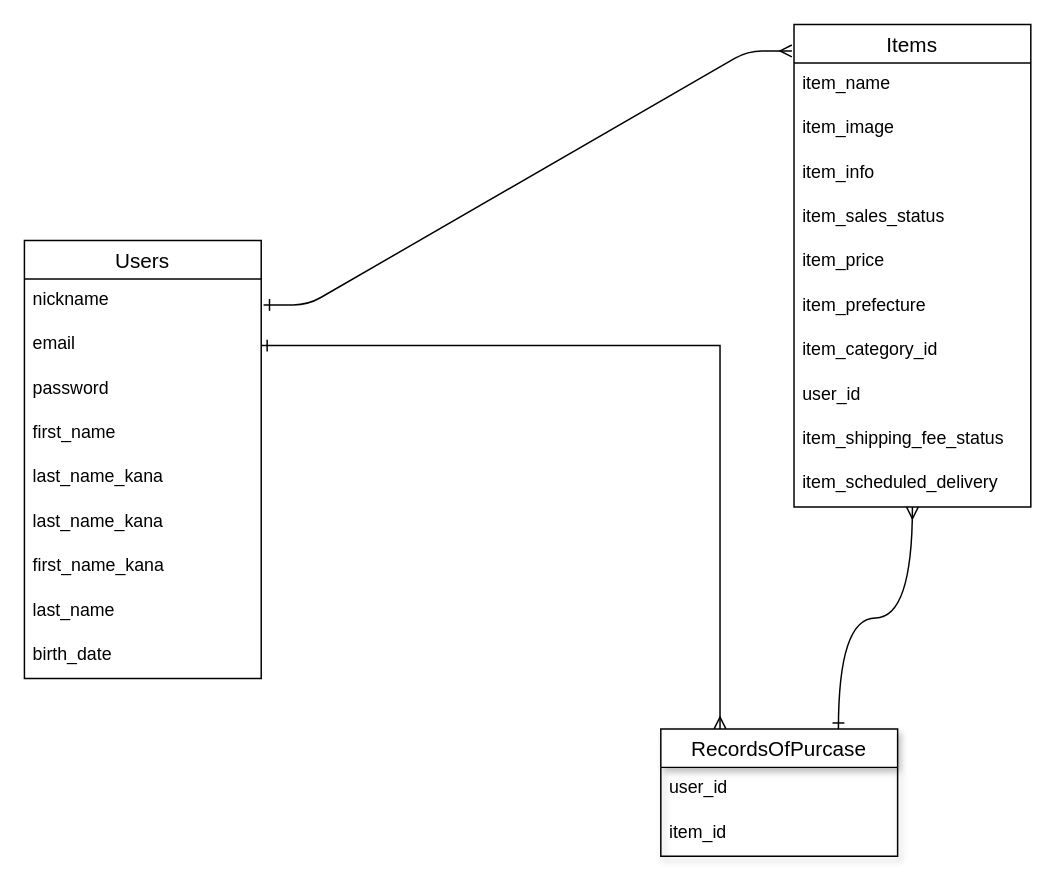
Takahashi-Risa/furima-35255 keeps this draw.io diagram as page "ページ1" (1 of 2) of entity.dio. Above is the earlier version. Source tidied: cells renumbered, new cells numbered last; positions are measured from the earlier drawing's top-left corner, leaving out a move shared by most shapes. Both pictures are drawn from the tidied source at 148%, with x=0, y=0 at pixel (24, 24).
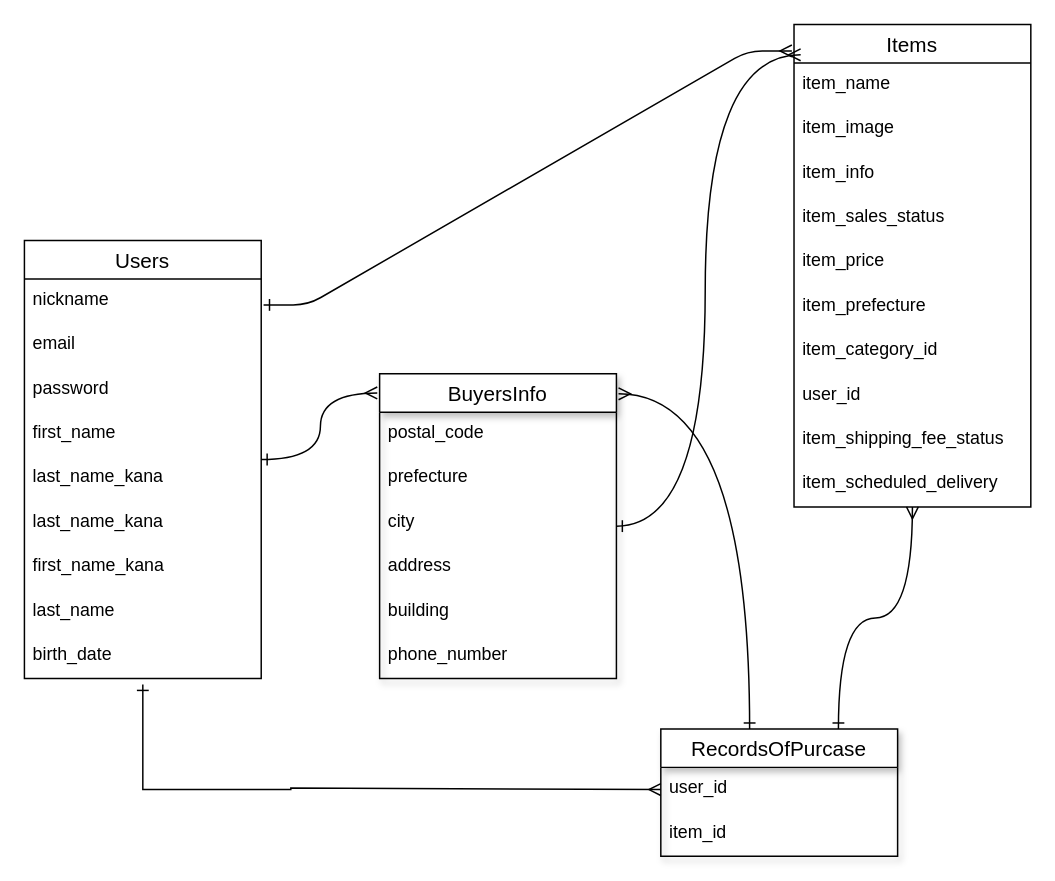
Above is the later version.

Commit message (it also covers changes not shown here):
データベース設計修正１

The change refers to these unchanged cells:
```xml
<mxCell id="2" value="Users" style="swimlane;fontStyle=0;horizontal=1;startSize=26;align=center;fontSize=14;" parent="1" vertex="1">
  <mxGeometry y="146" width="160" height="296" as="geometry" />
</mxCell>
<mxCell id="4" value="email" style="text;strokeColor=none;fillColor=none;spacingLeft=4;spacingRight=4;overflow=hidden;points=[[0,0.5],[1,0.5]];portConstraint=eastwest;fontSize=12;" parent="2" vertex="1">
  <mxGeometry y="56" width="160" height="30" as="geometry" />
</mxCell>
<mxCell id="13" value="Items" style="swimlane;fontStyle=0;horizontal=1;startSize=26;align=center;fontSize=14;" parent="1" vertex="1">
  <mxGeometry x="520" width="160" height="326" as="geometry" />
</mxCell>
<mxCell id="25" value="RecordsOfPurcase" style="swimlane;fontStyle=0;horizontal=1;startSize=26;align=center;fontSize=14;shadow=1;" parent="1" vertex="1">
  <mxGeometry x="430" y="476" width="160" height="86" as="geometry" />
</mxCell>
<mxCell id="26" value="user_id" style="text;strokeColor=none;fillColor=none;spacingLeft=4;spacingRight=4;overflow=hidden;points=[[0,0.5],[1,0.5]];portConstraint=eastwest;fontSize=12;" parent="25" vertex="1">
  <mxGeometry y="26" width="160" height="30" as="geometry" />
</mxCell>
```

What changed in the source:
```diff
@@
+    <mxCell id="29" style="edgeStyle=orthogonalEdgeStyle;curved=1;jettySize=auto;html=1;entryX=-0.01;entryY=0.063;entryDx=0;entryDy=0;entryPerimeter=0;startArrow=ERone;startFill=0;endArrow=ERmany;endFill=0;strokeWidth=1;" parent="1" edge="1" source="2" target="32">
+      <mxGeometry relative="1" as="geometry" />
+    </mxCell>
@@
+    <mxCell id="30" style="edgeStyle=orthogonalEdgeStyle;curved=1;jettySize=auto;html=1;entryX=1.009;entryY=0.066;entryDx=0;entryDy=0;entryPerimeter=0;startArrow=ERone;startFill=0;endArrow=ERmany;endFill=0;strokeWidth=1;" parent="1" edge="1" source="25" target="32">
+      <mxGeometry relative="1" as="geometry">
+        <Array as="points">
+          <mxPoint x="490" y="250" />
+        </Array>
+      </mxGeometry>
+    </mxCell>
@@
-    <mxCell id="28" style="edgeStyle=orthogonalEdgeStyle;rounded=0;jettySize=auto;html=1;entryX=0.25;entryY=0;entryDx=0;entryDy=0;startArrow=ERone;startFill=0;endArrow=ERmany;endFill=0;strokeWidth=1;" parent="1" edge="1" source="4" target="25">
-      <mxGeometry relative="1" as="geometry" />
+    <mxCell id="28" style="edgeStyle=orthogonalEdgeStyle;rounded=0;jettySize=auto;html=1;entryX=0;entryY=0.5;entryDx=0;entryDy=0;startArrow=ERone;startFill=0;endArrow=ERmany;endFill=0;strokeWidth=1;" parent="1" edge="1" target="26">
+      <mxGeometry relative="1" as="geometry">
+        <mxPoint x="80" y="446" as="sourcePoint" />
+        <Array as="points">
+          <mxPoint x="80" y="517" />
+          <mxPoint x="180" y="517" />
+          <mxPoint x="180" y="516" />
+        </Array>
+      </mxGeometry>
     </mxCell>
+    <mxCell id="31" style="edgeStyle=orthogonalEdgeStyle;curved=1;jettySize=auto;html=1;entryX=0.028;entryY=0.063;entryDx=0;entryDy=0;entryPerimeter=0;startArrow=ERone;startFill=0;endArrow=ERmany;endFill=0;strokeWidth=1;" parent="1" edge="1" source="32" target="13">
+      <mxGeometry relative="1" as="geometry" />
+    </mxCell>
+    <mxCell id="32" value="BuyersInfo" style="swimlane;fontStyle=0;horizontal=1;startSize=26;align=center;fontSize=14;shadow=1;" parent="1" vertex="1">
+      <mxGeometry x="240" y="236" width="160" height="206" as="geometry" />
+    </mxCell>
+    <mxCell id="33" value="postal_code" style="text;strokeColor=none;fillColor=none;spacingLeft=4;spacingRight=4;overflow=hidden;fontSize=12;" parent="32" vertex="1">
+      <mxGeometry y="26" width="160" height="30" as="geometry" />
+    </mxCell>
+    <mxCell id="34" value="prefecture" style="text;strokeColor=none;fillColor=none;spacingLeft=4;spacingRight=4;overflow=hidden;fontSize=12;" parent="32" vertex="1">
+      <mxGeometry y="56" width="160" height="30" as="geometry" />
+    </mxCell>
+    <mxCell id="35" value="city" style="text;strokeColor=none;fillColor=none;spacingLeft=4;spacingRight=4;overflow=hidden;fontSize=12;" parent="32" vertex="1">
+      <mxGeometry y="86" width="160" height="30" as="geometry" />
+    </mxCell>
+    <mxCell id="36" value="address" style="text;strokeColor=none;fillColor=none;spacingLeft=4;spacingRight=4;overflow=hidden;fontSize=12;shadow=1;align=left;" parent="32" vertex="1">
+      <mxGeometry y="116" width="160" height="30" as="geometry" />
+    </mxCell>
+    <mxCell id="37" value="building" style="text;strokeColor=none;fillColor=none;spacingLeft=4;spacingRight=4;overflow=hidden;fontSize=12;shadow=1;align=left;" parent="32" vertex="1">
+      <mxGeometry y="146" width="160" height="30" as="geometry" />
+    </mxCell>
+    <mxCell id="38" value="phone_number" style="text;strokeColor=none;fillColor=none;spacingLeft=4;spacingRight=4;overflow=hidden;fontSize=12;shadow=1;align=left;" parent="32" vertex="1">
+      <mxGeometry y="176" width="160" height="30" as="geometry" />
+    </mxCell>
```
